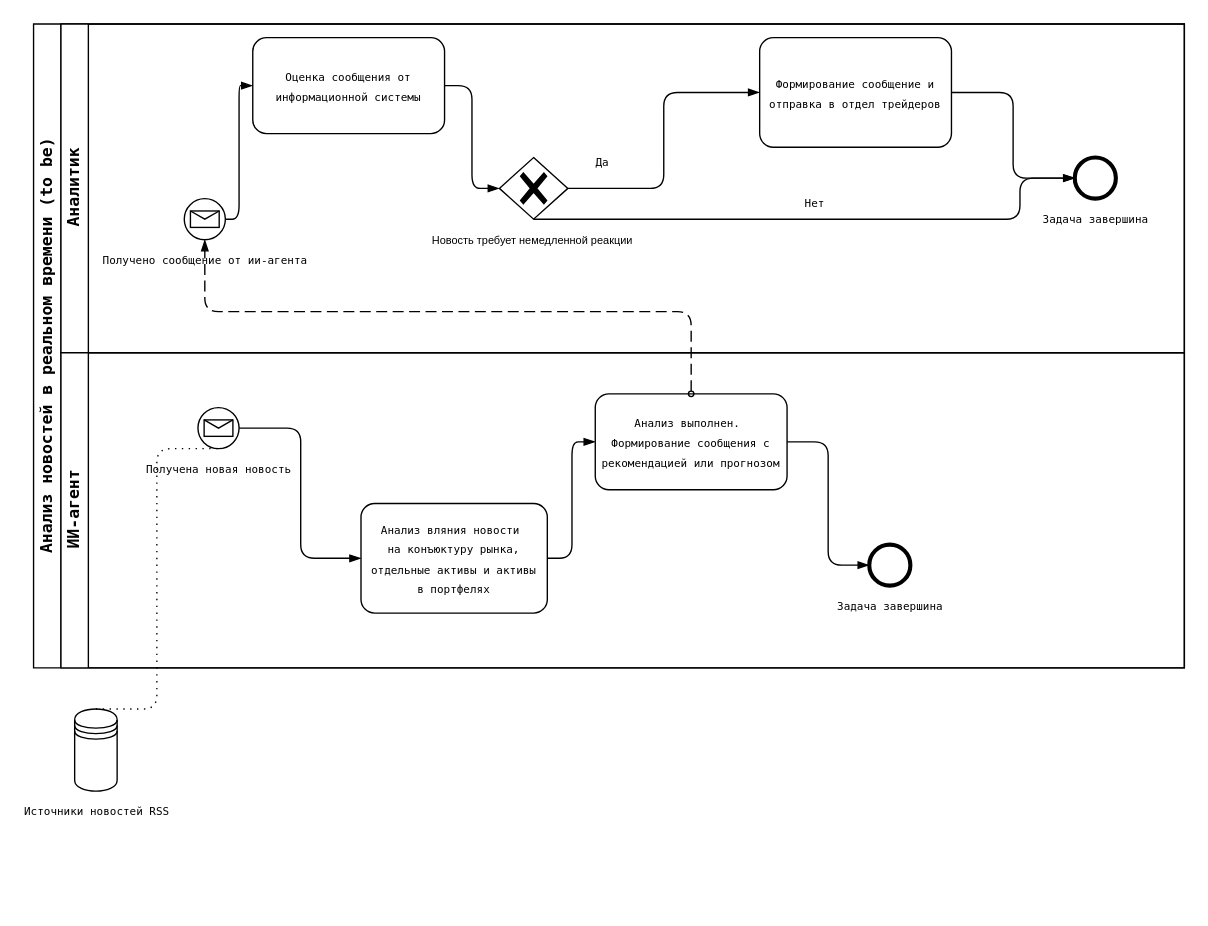
Above: bpmn.drawio in snowfallite/trpo (draw.io), before the change. Source tidied: cells renumbered, new cells numbered last; positions are measured from the earlier drawing's top-left corner, leaving out a move shared by most shapes. Both pictures are drawn from the tidied source at 137%, with x=0, y=0 at pixel (33, 23).
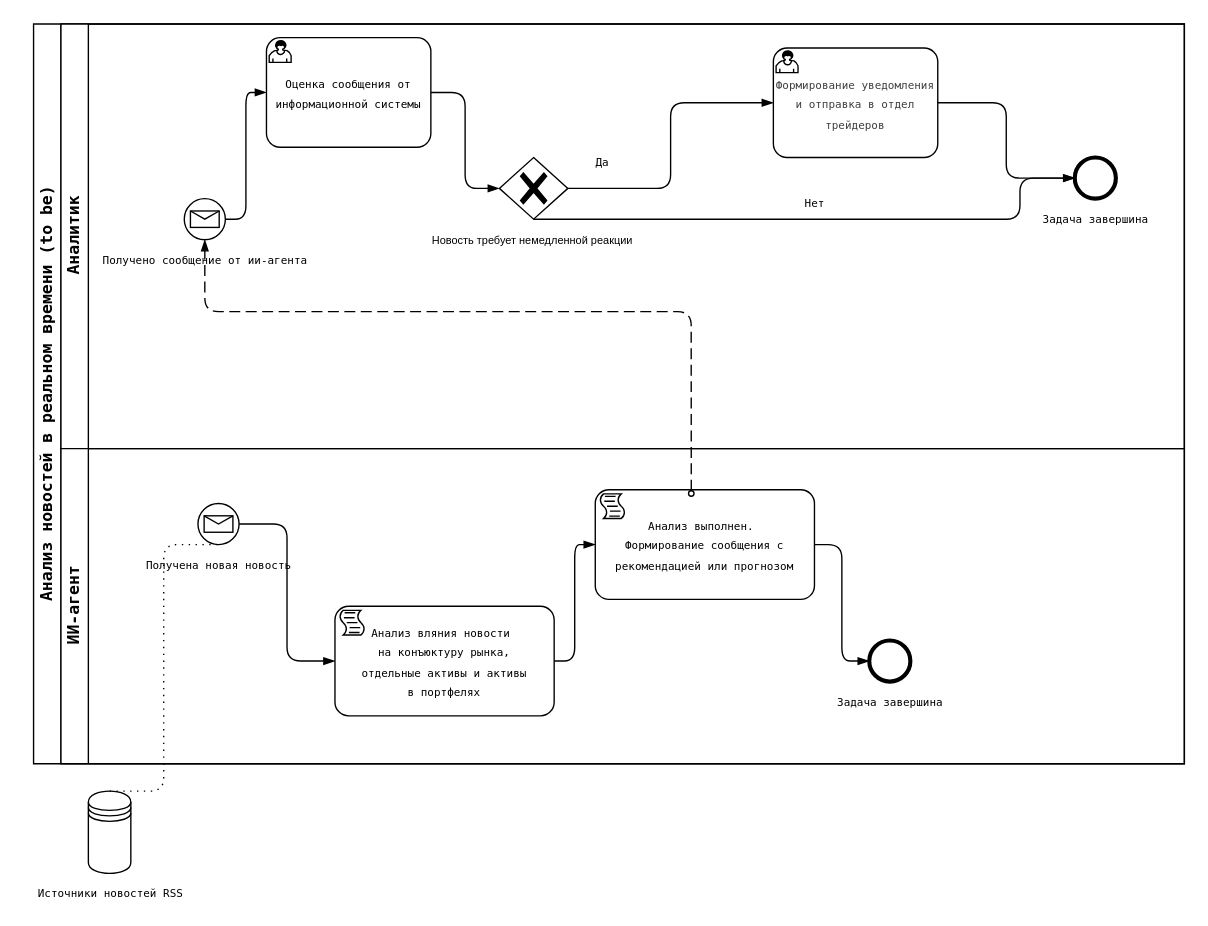
After the change.

The change refers to these unchanged cells:
```xml
<mxCell id="4" value="&lt;font style=&quot;font-size: 8px;&quot; face=&quot;Lucida Console&quot;&gt;Получено сообщение от ии-агента&lt;/font&gt;" style="points=[[0.145,0.145,0],[0.5,0,0],[0.855,0.145,0],[1,0.5,0],[0.855,0.855,0],[0.5,1,0],[0.145,0.855,0],[0,0.5,0]];shape=mxgraph.bpmn.event;html=1;verticalLabelPosition=bottom;labelBackgroundColor=#ffffff;verticalAlign=top;align=center;perimeter=ellipsePerimeter;outlineConnect=0;outline=standard;symbol=message;" parent="3" vertex="1">
  <mxGeometry x="90" y="127.5" width="30" height="30" as="geometry" />
</mxCell>
<mxCell id="8" value="&lt;font style=&quot;font-size: 8px;&quot;&gt;Новость требует немедленной реакции&amp;nbsp;&lt;/font&gt;" style="points=[[0.25,0.25,0],[0.5,0,0],[0.75,0.25,0],[1,0.5,0],[0.75,0.75,0],[0.5,1,0],[0.25,0.75,0],[0,0.5,0]];shape=mxgraph.bpmn.gateway2;html=1;verticalLabelPosition=bottom;labelBackgroundColor=#ffffff;verticalAlign=top;align=center;perimeter=rhombusPerimeter;outlineConnect=0;outline=none;symbol=none;gwType=exclusive;" parent="3" vertex="1">
  <mxGeometry x="320" y="97.5" width="50" height="45" as="geometry" />
</mxCell>
<mxCell id="14" value="&lt;span style=&quot;color: rgb(0, 0, 0);&quot;&gt;&lt;font style=&quot;font-size: 8px;&quot; face=&quot;Lucida Console&quot;&gt;Задача завершина&lt;/font&gt;&lt;/span&gt;" style="points=[[0.145,0.145,0],[0.5,0,0],[0.855,0.145,0],[1,0.5,0],[0.855,0.855,0],[0.5,1,0],[0.145,0.855,0],[0,0.5,0]];shape=mxgraph.bpmn.event;html=1;verticalLabelPosition=bottom;labelBackgroundColor=#ffffff;verticalAlign=top;align=center;perimeter=ellipsePerimeter;outlineConnect=0;outline=end;symbol=terminate2;" parent="3" vertex="1">
  <mxGeometry x="740" y="97.5" width="30" height="30" as="geometry" />
</mxCell>
```

Diff of the diagram source:
```diff
@@
     <mxCell id="2" value="&lt;font face=&quot;Lucida Console&quot;&gt;Анализ новостей в реальном времени (to be)&lt;/font&gt;" style="swimlane;html=1;horizontal=0;startSize=20;whiteSpace=wrap;" parent="1" vertex="1">
-      <mxGeometry width="840" height="470" as="geometry" />
+      <mxGeometry width="840" height="540" as="geometry" />
     </mxCell>
     <mxCell id="3" value="&lt;font face=&quot;Lucida Console&quot;&gt;Аналитик&lt;/font&gt;" style="swimlane;html=1;startSize=20;horizontal=0;" parent="2" vertex="1">
-      <mxGeometry x="20" width="820" height="240" as="geometry" />
+      <mxGeometry x="20" width="820" height="310" as="geometry" />
     </mxCell>
@@
-    <mxCell id="5" value="&lt;font style=&quot;font-size: 8px;&quot; face=&quot;Lucida Console&quot;&gt;&lt;span style=&quot;text-wrap-mode: nowrap;&quot;&gt;Оценка сообщения от&lt;/span&gt;&lt;/font&gt;&lt;div&gt;&lt;font style=&quot;font-size: 8px;&quot; face=&quot;Lucida Console&quot;&gt;&lt;span style=&quot;text-wrap-mode: nowrap;&quot;&gt;информационной системы&lt;/span&gt;&lt;/font&gt;&lt;/div&gt;" style="points=[[0.25,0,0],[0.5,0,0],[0.75,0,0],[1,0.25,0],[1,0.5,0],[1,0.75,0],[0.75,1,0],[0.5,1,0],[0.25,1,0],[0,0.75,0],[0,0.5,0],[0,0.25,0]];shape=mxgraph.bpmn.task;whiteSpace=wrap;rectStyle=rounded;size=10;html=1;taskMarker=abstract;" parent="3" vertex="1">
-      <mxGeometry x="140" y="10" width="140" height="70" as="geometry" />
-    </mxCell>
@@
-    <mxCell id="9" value="&lt;font style=&quot;font-size: 8px;&quot; face=&quot;Lucida Console&quot;&gt;Формирование сообщение и отправка в отдел трейдеров&lt;/font&gt;" style="points=[[0.25,0,0],[0.5,0,0],[0.75,0,0],[1,0.25,0],[1,0.5,0],[1,0.75,0],[0.75,1,0],[0.5,1,0],[0.25,1,0],[0,0.75,0],[0,0.5,0],[0,0.25,0]];shape=mxgraph.bpmn.task;whiteSpace=wrap;rectStyle=rounded;size=10;html=1;taskMarker=abstract;" parent="3" vertex="1">
-      <mxGeometry x="510" y="10" width="140" height="80" as="geometry" />
-    </mxCell>
-    <mxCell id="10" style="edgeStyle=elbowEdgeStyle;fontSize=12;html=1;endArrow=blockThin;endFill=1;entryX=0;entryY=0.5;entryDx=0;entryDy=0;entryPerimeter=0;exitX=1;exitY=0.5;exitDx=0;exitDy=0;exitPerimeter=0;" parent="3" edge="1" source="8" target="9">
+    <mxCell id="10" style="edgeStyle=elbowEdgeStyle;fontSize=12;html=1;endArrow=blockThin;endFill=1;entryX=0;entryY=0.5;entryDx=0;entryDy=0;entryPerimeter=0;exitX=1;exitY=0.5;exitDx=0;exitDy=0;exitPerimeter=0;" parent="3" edge="1" source="8" target="27">
       <mxGeometry relative="1" as="geometry" />
     </mxCell>
@@
-    <mxCell id="15" style="edgeStyle=elbowEdgeStyle;fontSize=12;html=1;endArrow=blockThin;endFill=1;exitX=1;exitY=0.5;exitDx=0;exitDy=0;exitPerimeter=0;entryX=0;entryY=0.5;entryDx=0;entryDy=0;entryPerimeter=0;" parent="3" edge="1" source="9" target="14">
+    <mxCell id="15" style="edgeStyle=elbowEdgeStyle;fontSize=12;html=1;endArrow=blockThin;endFill=1;exitX=1;exitY=0.5;exitDx=0;exitDy=0;exitPerimeter=0;entryX=0;entryY=0.5;entryDx=0;entryDy=0;entryPerimeter=0;" parent="3" edge="1" source="27" target="14">
       <mxGeometry relative="1" as="geometry" />
     </mxCell>
+    <mxCell id="5" value="&lt;font style=&quot;font-size: 8px;&quot; face=&quot;Lucida Console&quot;&gt;&lt;span style=&quot;text-wrap-mode: nowrap;&quot;&gt;Оценка сообщения от&lt;/span&gt;&lt;/font&gt;&lt;div&gt;&lt;font style=&quot;font-size: 8px;&quot; face=&quot;Lucida Console&quot;&gt;&lt;span style=&quot;text-wrap-mode: nowrap;&quot;&gt;информационной системы&lt;/span&gt;&lt;/font&gt;&lt;/div&gt;" style="points=[[0.25,0,0],[0.5,0,0],[0.75,0,0],[1,0.25,0],[1,0.5,0],[1,0.75,0],[0.75,1,0],[0.5,1,0],[0.25,1,0],[0,0.75,0],[0,0.5,0],[0,0.25,0]];shape=mxgraph.bpmn.task;whiteSpace=wrap;rectStyle=rounded;size=10;html=1;taskMarker=user;" parent="3" vertex="1">
+      <mxGeometry x="150" y="10" width="120" height="80" as="geometry" />
+    </mxCell>
+    <mxCell id="27" value="&lt;span style=&quot;color: rgb(63, 63, 63); font-family: &amp;quot;Lucida Console&amp;quot;; font-size: 8px;&quot;&gt;Формирование уведомления и отправка в отдел трейдеров&lt;/span&gt;" style="points=[[0.25,0,0],[0.5,0,0],[0.75,0,0],[1,0.25,0],[1,0.5,0],[1,0.75,0],[0.75,1,0],[0.5,1,0],[0.25,1,0],[0,0.75,0],[0,0.5,0],[0,0.25,0]];shape=mxgraph.bpmn.task;whiteSpace=wrap;rectStyle=rounded;size=10;html=1;taskMarker=user;" parent="3" vertex="1">
+      <mxGeometry x="520" y="17.5" width="120" height="80" as="geometry" />
+    </mxCell>
     <mxCell id="16" value="&lt;font face=&quot;Lucida Console&quot;&gt;ИИ-агент&lt;/font&gt;" style="swimlane;html=1;startSize=20;horizontal=0;" parent="2" vertex="1">
-      <mxGeometry x="20" y="240" width="820" height="230" as="geometry" />
+      <mxGeometry x="20" y="310" width="820" height="230" as="geometry" />
     </mxCell>
@@
-    <mxCell id="18" value="&lt;font face=&quot;Lucida Console&quot;&gt;&lt;span style=&quot;font-size: 8px; text-wrap-mode: nowrap;&quot;&gt;Анализ выполнен.&amp;nbsp;&lt;/span&gt;&lt;/font&gt;&lt;div&gt;&lt;font face=&quot;Lucida Console&quot;&gt;&lt;span style=&quot;font-size: 8px; text-wrap-mode: nowrap;&quot;&gt;Формирование сообщения с&lt;/span&gt;&lt;/font&gt;&lt;/div&gt;&lt;div&gt;&lt;font face=&quot;Lucida Console&quot;&gt;&lt;span style=&quot;font-size: 8px; text-wrap-mode: nowrap;&quot;&gt;рекомендацией или прогнозом&lt;/span&gt;&lt;/font&gt;&lt;/div&gt;" style="points=[[0.25,0,0],[0.5,0,0],[0.75,0,0],[1,0.25,0],[1,0.5,0],[1,0.75,0],[0.75,1,0],[0.5,1,0],[0.25,1,0],[0,0.75,0],[0,0.5,0],[0,0.25,0]];shape=mxgraph.bpmn.task;whiteSpace=wrap;rectStyle=rounded;size=10;html=1;taskMarker=abstract;" parent="16" vertex="1">
-      <mxGeometry x="390" y="30" width="140" height="70" as="geometry" />
-    </mxCell>
-    <mxCell id="19" value="&lt;font face=&quot;Lucida Console&quot;&gt;&lt;span style=&quot;font-size: 8px; text-wrap-mode: nowrap;&quot;&gt;Анализ вляния новости&amp;nbsp;&lt;/span&gt;&lt;/font&gt;&lt;div&gt;&lt;font face=&quot;Lucida Console&quot;&gt;&lt;span style=&quot;font-size: 8px; text-wrap-mode: nowrap;&quot;&gt;на конъюктуру рынка,&lt;/span&gt;&lt;/font&gt;&lt;/div&gt;&lt;div&gt;&lt;font face=&quot;Lucida Console&quot;&gt;&lt;span style=&quot;font-size: 8px; text-wrap-mode: nowrap;&quot;&gt;отдельные активы и активы&lt;/span&gt;&lt;/font&gt;&lt;/div&gt;&lt;div&gt;&lt;font face=&quot;Lucida Console&quot;&gt;&lt;span style=&quot;font-size: 8px; text-wrap-mode: nowrap;&quot;&gt;в портфелях&lt;/span&gt;&lt;/font&gt;&lt;/div&gt;" style="points=[[0.25,0,0],[0.5,0,0],[0.75,0,0],[1,0.25,0],[1,0.5,0],[1,0.75,0],[0.75,1,0],[0.5,1,0],[0.25,1,0],[0,0.75,0],[0,0.5,0],[0,0.25,0]];shape=mxgraph.bpmn.task;whiteSpace=wrap;rectStyle=rounded;size=10;html=1;taskMarker=abstract;" parent="16" vertex="1">
-      <mxGeometry x="219" y="110" width="136" height="80" as="geometry" />
-    </mxCell>
@@
+    <mxCell id="19" value="&lt;font face=&quot;Lucida Console&quot;&gt;&lt;span style=&quot;font-size: 8px; text-wrap-mode: nowrap;&quot;&gt;Анализ вляния новости&amp;nbsp;&lt;/span&gt;&lt;/font&gt;&lt;div&gt;&lt;font face=&quot;Lucida Console&quot;&gt;&lt;span style=&quot;font-size: 8px; text-wrap-mode: nowrap;&quot;&gt;на конъюктуру рынка,&lt;/span&gt;&lt;/font&gt;&lt;/div&gt;&lt;div&gt;&lt;font face=&quot;Lucida Console&quot;&gt;&lt;span style=&quot;font-size: 8px; text-wrap-mode: nowrap;&quot;&gt;отдельные активы и активы&lt;/span&gt;&lt;/font&gt;&lt;/div&gt;&lt;div&gt;&lt;font face=&quot;Lucida Console&quot;&gt;&lt;span style=&quot;font-size: 8px; text-wrap-mode: nowrap;&quot;&gt;в портфелях&lt;/span&gt;&lt;/font&gt;&lt;/div&gt;" style="points=[[0.25,0,0],[0.5,0,0],[0.75,0,0],[1,0.25,0],[1,0.5,0],[1,0.75,0],[0.75,1,0],[0.5,1,0],[0.25,1,0],[0,0.75,0],[0,0.5,0],[0,0.25,0]];shape=mxgraph.bpmn.task;whiteSpace=wrap;rectStyle=rounded;size=10;html=1;taskMarker=script;" parent="16" vertex="1">
+      <mxGeometry x="200" y="115" width="160" height="80" as="geometry" />
+    </mxCell>
+    <mxCell id="18" value="&lt;font face=&quot;Lucida Console&quot;&gt;&lt;span style=&quot;font-size: 8px; text-wrap-mode: nowrap;&quot;&gt;Анализ выполнен.&amp;nbsp;&lt;/span&gt;&lt;/font&gt;&lt;div&gt;&lt;font face=&quot;Lucida Console&quot;&gt;&lt;span style=&quot;font-size: 8px; text-wrap-mode: nowrap;&quot;&gt;Формирование сообщения с&lt;/span&gt;&lt;/font&gt;&lt;/div&gt;&lt;div&gt;&lt;font face=&quot;Lucida Console&quot;&gt;&lt;span style=&quot;font-size: 8px; text-wrap-mode: nowrap;&quot;&gt;рекомендацией или прогнозом&lt;/span&gt;&lt;/font&gt;&lt;/div&gt;" style="points=[[0.25,0,0],[0.5,0,0],[0.75,0,0],[1,0.25,0],[1,0.5,0],[1,0.75,0],[0.75,1,0],[0.5,1,0],[0.25,1,0],[0,0.75,0],[0,0.5,0],[0,0.25,0]];shape=mxgraph.bpmn.task;whiteSpace=wrap;rectStyle=rounded;size=10;html=1;taskMarker=script;" parent="16" vertex="1">
+      <mxGeometry x="390" y="30" width="160" height="80" as="geometry" />
+    </mxCell>
-    <mxCell id="24" style="dashed=1;dashPattern=8 4;endArrow=blockThin;endFill=1;startArrow=oval;startFill=0;endSize=6;startSize=4;html=1;exitX=0.5;exitY=0;exitDx=0;exitDy=0;exitPerimeter=0;entryX=0.5;entryY=1;entryDx=0;entryDy=0;entryPerimeter=0;" parent="2" edge="1" source="18" target="4">
+    <mxCell id="24" style="dashed=1;dashPattern=8 4;endArrow=blockThin;endFill=1;startArrow=oval;startFill=0;endSize=6;startSize=4;html=1;exitX=0.438;exitY=0.034;exitDx=0;exitDy=0;exitPerimeter=0;entryX=0.5;entryY=1;entryDx=0;entryDy=0;entryPerimeter=0;" parent="2" edge="1" source="18" target="4">
       <mxGeometry relative="1" as="geometry">
         <Array as="points">
           <mxPoint x="480" y="210" />
           <mxPoint x="310" y="210" />
           <mxPoint x="125" y="210" />
         </Array>
       </mxGeometry>
     </mxCell>
     <mxCell id="25" value="&lt;font face=&quot;Lucida Console&quot;&gt;&lt;span style=&quot;font-size: 8px;&quot;&gt;Источники новостей RSS&lt;/span&gt;&lt;/font&gt;" style="shape=datastore;html=1;labelPosition=center;verticalLabelPosition=bottom;align=center;verticalAlign=top;" parent="1" vertex="1">
-      <mxGeometry x="30" y="500" width="31" height="60" as="geometry" />
+      <mxGeometry x="40" y="560" width="31" height="60" as="geometry" />
     </mxCell>
```
